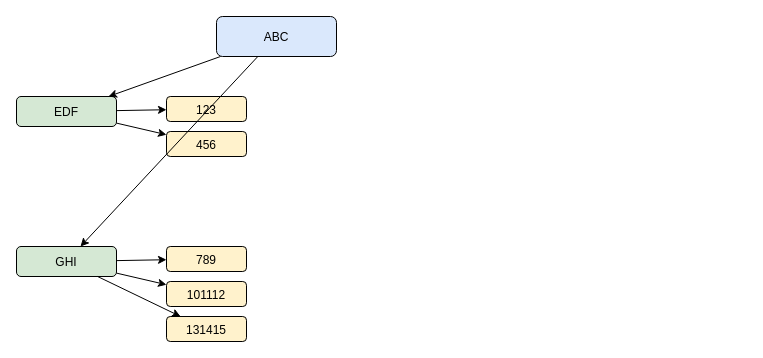
The draw.io diagram diagram.drawio in Matt-Owen-81/csv2drawio, before the edit. Source tidied: cells renumbered, new cells numbered last; positions are measured from the earlier drawing's top-left corner, leaving out a move shared by most shapes. Both pictures are drawn from the tidied source at 100%, with x=0, y=0 at pixel (16, 16).
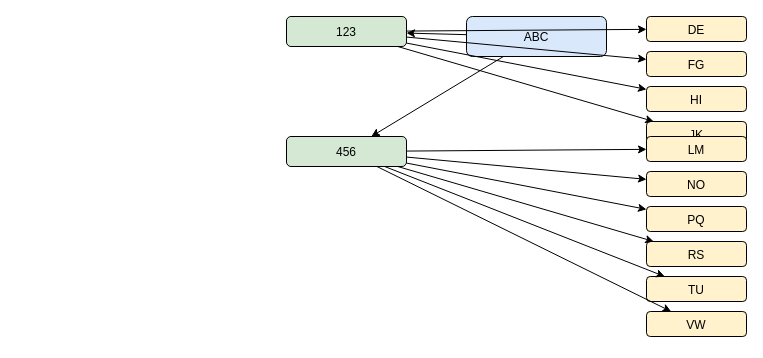
The same diagram, later.

The edit, as a diff of the source:
```diff
@@
     <mxCell id="2" value="ABC" style="rounded=1;fillColor=#dae8fc;" parent="1" vertex="1" edge="0">
-      <mxGeometry x="200" width="120" height="40" as="geometry" />
+      <mxGeometry x="450" width="140" height="40" as="geometry" />
     </mxCell>
-    <mxCell id="3" value="EDF" style="rounded=1;fillColor=#d5e8d4;" parent="1" vertex="1" edge="0">
-      <mxGeometry y="80" width="100" height="30" as="geometry" />
-    </mxCell>
-    <mxCell id="4" parent="1" vertex="0" edge="1" source="2" target="3">
-      <mxGeometry as="geometry" />
-    </mxCell>
-    <mxCell id="5" value="123" style="rounded=1;fillColor=#fff2cc;" parent="1" vertex="1" edge="0">
-      <mxGeometry x="150" y="80" width="80" height="25" as="geometry" />
+    <mxCell id="5" value="123" style="rounded=1;fillColor=#d5e8d4;" parent="1" vertex="1" edge="0">
+      <mxGeometry x="270" width="120" height="30" as="geometry" />
     </mxCell>
-    <mxCell id="6" parent="1" vertex="0" edge="1" source="3" target="5">
-      <mxGeometry as="geometry" />
-    </mxCell>
+    <mxCell id="17" parent="1" vertex="0" edge="1" source="2" target="5">
+      <mxGeometry as="geometry" />
+    </mxCell>
+    <mxCell id="18" value="DE" style="rounded=1;fillColor=#fff2cc;" parent="1" vertex="1" edge="0">
+      <mxGeometry x="630" width="100" height="25" as="geometry" />
+    </mxCell>
+    <mxCell id="19" parent="1" vertex="0" edge="1" source="5" target="18">
+      <mxGeometry as="geometry" />
+    </mxCell>
+    <mxCell id="20" value="FG" style="rounded=1;fillColor=#fff2cc;" parent="1" vertex="1" edge="0">
+      <mxGeometry x="630" y="35" width="100" height="25" as="geometry" />
+    </mxCell>
+    <mxCell id="21" parent="1" vertex="0" edge="1" source="5" target="20">
+      <mxGeometry as="geometry" />
+    </mxCell>
+    <mxCell id="22" value="HI" style="rounded=1;fillColor=#fff2cc;" parent="1" vertex="1" edge="0">
+      <mxGeometry x="630" y="70" width="100" height="25" as="geometry" />
+    </mxCell>
+    <mxCell id="23" parent="1" vertex="0" edge="1" source="5" target="22">
+      <mxGeometry as="geometry" />
+    </mxCell>
+    <mxCell id="24" value="JK" style="rounded=1;fillColor=#fff2cc;" parent="1" vertex="1" edge="0">
+      <mxGeometry x="630" y="105" width="100" height="25" as="geometry" />
+    </mxCell>
+    <mxCell id="25" parent="1" vertex="0" edge="1" source="5" target="24">
+      <mxGeometry as="geometry" />
+    </mxCell>
-    <mxCell id="7" value="456" style="rounded=1;fillColor=#fff2cc;" parent="1" vertex="1" edge="0">
-      <mxGeometry x="150" y="115" width="80" height="25" as="geometry" />
+    <mxCell id="7" value="456" style="rounded=1;fillColor=#d5e8d4;" parent="1" vertex="1" edge="0">
+      <mxGeometry x="270" y="120" width="120" height="30" as="geometry" />
     </mxCell>
-    <mxCell id="8" parent="1" vertex="0" edge="1" source="3" target="7">
-      <mxGeometry as="geometry" />
-    </mxCell>
-    <mxCell id="9" value="GHI" style="rounded=1;fillColor=#d5e8d4;" parent="1" vertex="1" edge="0">
-      <mxGeometry y="230" width="100" height="30" as="geometry" />
-    </mxCell>
-    <mxCell id="10" parent="1" vertex="0" edge="1" source="2" target="9">
-      <mxGeometry as="geometry" />
-    </mxCell>
-    <mxCell id="11" value="789" style="rounded=1;fillColor=#fff2cc;" parent="1" vertex="1" edge="0">
-      <mxGeometry x="150" y="230" width="80" height="25" as="geometry" />
-    </mxCell>
-    <mxCell id="12" parent="1" vertex="0" edge="1" source="9" target="11">
-      <mxGeometry as="geometry" />
-    </mxCell>
-    <mxCell id="13" value="101112" style="rounded=1;fillColor=#fff2cc;" parent="1" vertex="1" edge="0">
-      <mxGeometry x="150" y="265" width="80" height="25" as="geometry" />
-    </mxCell>
-    <mxCell id="14" parent="1" vertex="0" edge="1" source="9" target="13">
-      <mxGeometry as="geometry" />
-    </mxCell>
-    <mxCell id="15" value="131415" style="rounded=1;fillColor=#fff2cc;" parent="1" vertex="1" edge="0">
-      <mxGeometry x="150" y="300" width="80" height="25" as="geometry" />
-    </mxCell>
-    <mxCell id="16" parent="1" vertex="0" edge="1" source="9" target="15">
-      <mxGeometry as="geometry" />
-    </mxCell>
+    <mxCell id="26" parent="1" vertex="0" edge="1" source="2" target="7">
+      <mxGeometry as="geometry" />
+    </mxCell>
+    <mxCell id="27" value="LM" style="rounded=1;fillColor=#fff2cc;" parent="1" vertex="1" edge="0">
+      <mxGeometry x="630" y="120" width="100" height="25" as="geometry" />
+    </mxCell>
+    <mxCell id="28" parent="1" vertex="0" edge="1" source="7" target="27">
+      <mxGeometry as="geometry" />
+    </mxCell>
+    <mxCell id="29" value="NO" style="rounded=1;fillColor=#fff2cc;" parent="1" vertex="1" edge="0">
+      <mxGeometry x="630" y="155" width="100" height="25" as="geometry" />
+    </mxCell>
+    <mxCell id="30" parent="1" vertex="0" edge="1" source="7" target="29">
+      <mxGeometry as="geometry" />
+    </mxCell>
+    <mxCell id="31" value="PQ" style="rounded=1;fillColor=#fff2cc;" parent="1" vertex="1" edge="0">
+      <mxGeometry x="630" y="190" width="100" height="25" as="geometry" />
+    </mxCell>
+    <mxCell id="32" parent="1" vertex="0" edge="1" source="7" target="31">
+      <mxGeometry as="geometry" />
+    </mxCell>
+    <mxCell id="33" value="RS" style="rounded=1;fillColor=#fff2cc;" parent="1" vertex="1" edge="0">
+      <mxGeometry x="630" y="225" width="100" height="25" as="geometry" />
+    </mxCell>
+    <mxCell id="34" parent="1" vertex="0" edge="1" source="7" target="33">
+      <mxGeometry as="geometry" />
+    </mxCell>
+    <mxCell id="35" value="TU" style="rounded=1;fillColor=#fff2cc;" parent="1" vertex="1" edge="0">
+      <mxGeometry x="630" y="260" width="100" height="25" as="geometry" />
+    </mxCell>
+    <mxCell id="36" parent="1" vertex="0" edge="1" source="7" target="35">
+      <mxGeometry as="geometry" />
+    </mxCell>
+    <mxCell id="37" value="VW" style="rounded=1;fillColor=#fff2cc;" parent="1" vertex="1" edge="0">
+      <mxGeometry x="630" y="295" width="100" height="25" as="geometry" />
+    </mxCell>
+    <mxCell id="38" parent="1" vertex="0" edge="1" source="7" target="37">
+      <mxGeometry as="geometry" />
+    </mxCell>
```
